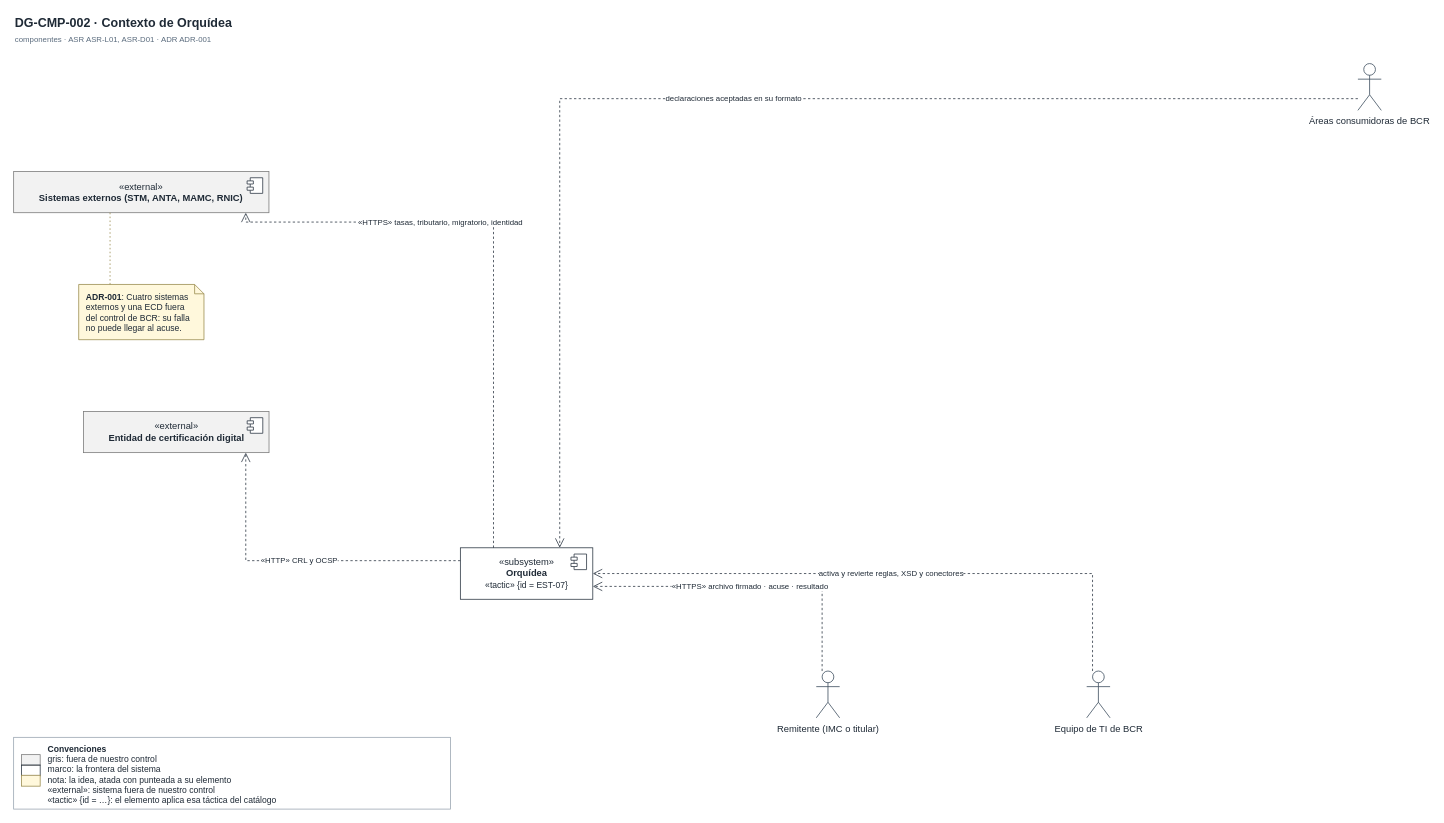
MATI-MBIT/arqsoft-reto-4 keeps this draw.io diagram as page "DG-CMP-002 · Contexto" (1 of 51) of docs/modelos/drawio/orquidea.drawio. Above is the earlier version. Source tidied: cells renumbered, new cells numbered last; positions are measured from the earlier drawing's top-left corner, leaving out a move shared by most shapes. Both pictures are drawn from the tidied source at 78%, with x=0, y=0 at pixel (13, 13).
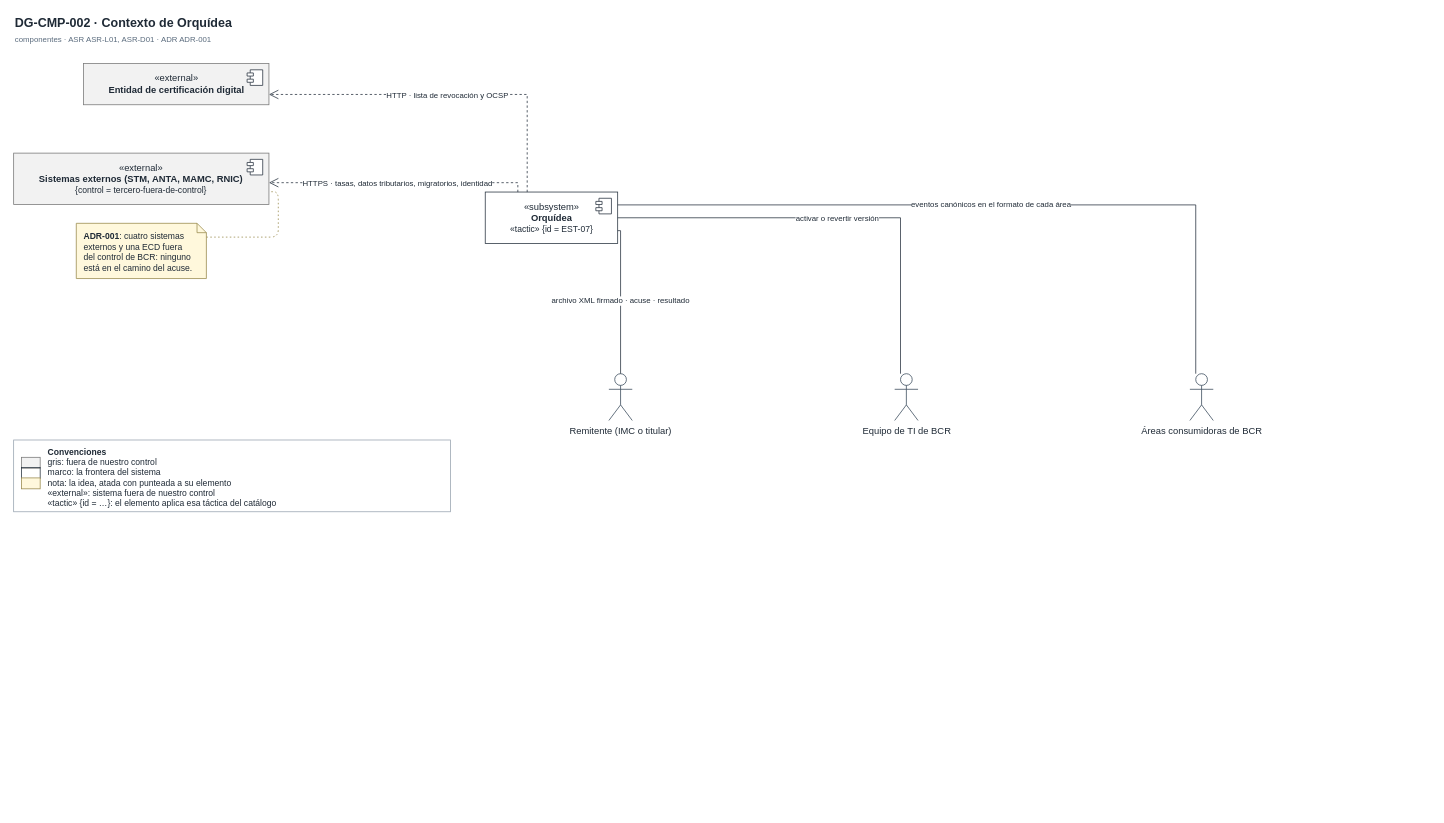
The same diagram, later.

Change to the diagram source:
```diff
@@
     <mxCell id="2" value="&lt;b&gt;DG-CMP-002&lt;/b&gt; · Contexto de Orquídea" style="text;html=1;align=left;verticalAlign=middle;fontSize=16;fontStyle=1;fontColor=#1F2A36;" parent="1" vertex="1">
-      <mxGeometry width="1753.4" height="24" as="geometry" />
+      <mxGeometry width="1538" height="24" as="geometry" />
     </mxCell>
     <mxCell id="3" value="componentes · ASR ASR-L01, ASR-D01 · ADR ADR-001" style="text;html=1;align=left;verticalAlign=middle;fontSize=10;fontColor=#5A6B7D;" parent="1" vertex="1">
-      <mxGeometry y="26" width="1753.4" height="14" as="geometry" />
+      <mxGeometry y="26" width="1538" height="14" as="geometry" />
     </mxCell>
     <mxCell id="4" value="Remitente (IMC o titular)" style="shape=umlActor;verticalLabelPosition=bottom;verticalAlign=top;html=1;fillColor=none;strokeColor=#3B4B5C;fila=T12;fontColor=#1F2A36;" parent="1" vertex="1">
-      <mxGeometry x="1029" y="842.8" width="30" height="60" as="geometry" />
+      <mxGeometry x="763.1" y="461.6" width="30" height="60" as="geometry" />
     </mxCell>
     <mxCell id="5" value="«subsystem»&lt;br&gt;&lt;b&gt;Orquídea&lt;/b&gt;&lt;br&gt;&lt;font style=&quot;font-size:11px&quot;&gt;«tactic» {id = EST-07}&lt;/font&gt;" style="html=1;whiteSpace=wrap;fontSize=12;verticalAlign=middle;estereotipo=subsystem;fillColor=none;strokeColor=#2B3642;fila=T9′;fontColor=#1F2A36;" parent="1" vertex="1">
-      <mxGeometry x="572.7" y="684.8" width="169.8" height="66" as="geometry" />
+      <mxGeometry x="604.6" y="228.7" width="169.8" height="66" as="geometry" />
     </mxCell>
@@
-    <mxCell id="7" value="«external»&lt;br&gt;&lt;b&gt;Sistemas externos (STM, ANTA, MAMC, RNIC)&lt;/b&gt;" style="html=1;whiteSpace=wrap;fontSize=12;verticalAlign=middle;estereotipo=external;fillColor=#F2F2F2;strokeColor=#7A7A7A;fila=T2;fontColor=#1F2A36;" parent="1" vertex="1">
-      <mxGeometry y="202.4" width="327.3" height="52.8" as="geometry" />
-    </mxCell>
+    <mxCell id="24" value="«external»&lt;br&gt;&lt;b&gt;Sistemas externos (STM, ANTA, MAMC, RNIC)&lt;/b&gt;&lt;br&gt;&lt;font style=&quot;font-size:11px&quot;&gt;{control = tercero-fuera-de-control}&lt;/font&gt;" style="html=1;whiteSpace=wrap;fontSize=12;verticalAlign=middle;estereotipo=external;fillColor=#F2F2F2;strokeColor=#7A7A7A;fila=T2;fontColor=#1F2A36;" parent="1" vertex="1">
+      <mxGeometry y="178.8" width="327.3" height="66" as="geometry" />
+    </mxCell>
-    <mxCell id="8" style="shape=module;jettyWidth=8;jettyHeight=4;fillColor=#FFFFFF;strokeColor=#2B3642;" parent="7" vertex="1">
+    <mxCell id="8" style="shape=module;jettyWidth=8;jettyHeight=4;fillColor=#FFFFFF;strokeColor=#2B3642;" parent="24" vertex="1">
       <mxGeometry x="299.3" y="8" width="20" height="20" as="geometry" />
     </mxCell>
     <mxCell id="9" value="«external»&lt;br&gt;&lt;b&gt;Entidad de certificación digital&lt;/b&gt;" style="html=1;whiteSpace=wrap;fontSize=12;verticalAlign=middle;estereotipo=external;fillColor=#F2F2F2;strokeColor=#7A7A7A;fila=T2;fontColor=#1F2A36;" parent="1" vertex="1">
-      <mxGeometry x="89.6" y="510" width="237.8" height="52.8" as="geometry" />
+      <mxGeometry x="89.5" y="64" width="237.8" height="52.8" as="geometry" />
     </mxCell>
@@
+    <mxCell id="12" value="Equipo de TI de BCR" style="shape=umlActor;verticalLabelPosition=bottom;verticalAlign=top;html=1;fillColor=none;strokeColor=#3B4B5C;fila=T12;fontColor=#1F2A36;" parent="1" vertex="1">
+      <mxGeometry x="1129.5" y="461.6" width="30" height="60" as="geometry" />
+    </mxCell>
     <mxCell id="11" value="Áreas consumidoras de BCR" style="shape=umlActor;verticalLabelPosition=bottom;verticalAlign=top;html=1;fillColor=none;strokeColor=#3B4B5C;fila=T12;fontColor=#1F2A36;" parent="1" vertex="1">
-      <mxGeometry x="1723.4" y="64" width="30" height="60" as="geometry" />
+      <mxGeometry x="1508" y="461.6" width="30" height="60" as="geometry" />
     </mxCell>
-    <mxCell id="12" value="Equipo de TI de BCR" style="shape=umlActor;verticalLabelPosition=bottom;verticalAlign=top;html=1;fillColor=none;strokeColor=#3B4B5C;fila=T12;fontColor=#1F2A36;" parent="1" vertex="1">
-      <mxGeometry x="1375.7" y="842.8" width="30" height="60" as="geometry" />
-    </mxCell>
-    <mxCell id="13" value="&lt;b&gt;ADR-001&lt;/b&gt;: Cuatro sistemas&lt;br&gt;externos y una ECD fuera&lt;br&gt;del control de BCR: su falla&lt;br&gt;no puede llegar al acuse." style="shape=note;html=1;size=12;fontSize=11;align=left;verticalAlign=top;spacingLeft=8;spacingRight=14;spacingTop=4;fillColor=#FFF8DC;strokeColor=#9A8B4F;fila=T8;fontColor=#1F2A36;" parent="1" vertex="1">
-      <mxGeometry x="83.4" y="347.2" width="160.6" height="70.8" as="geometry" />
+    <mxCell id="13" value="&lt;b&gt;ADR-001&lt;/b&gt;: cuatro sistemas&lt;br&gt;externos y una ECD fuera&lt;br&gt;del control de BCR: ninguno&lt;br&gt;está en el camino del acuse." style="shape=note;html=1;size=12;fontSize=11;align=left;verticalAlign=top;spacingLeft=8;spacingRight=14;spacingTop=4;fillColor=#FFF8DC;strokeColor=#9A8B4F;fila=T8;fontColor=#1F2A36;" parent="1" vertex="1">
+      <mxGeometry x="80.3" y="268.8" width="166.8" height="70.8" as="geometry" />
     </mxCell>
-    <mxCell id="14" value="«HTTPS» archivo firmado · acuse · resultado" style="endArrow=open;endSize=10;dashed=1;html=1;rounded=0;fontSize=10;labelBackgroundColor=#FFFFFF;strokeColor=#2B3642;fontColor=#1F2A36;rel=dependencia;" parent="1" edge="1" source="4" target="5">
+    <mxCell id="14" value="archivo XML firmado · acuse · resultado" style="endArrow=none;html=1;rounded=0;fontSize=10;labelBackgroundColor=#FFFFFF;strokeColor=#2B3642;fontColor=#1F2A36;rel=conector;" parent="1" edge="1" source="4" target="5">
       <mxGeometry relative="1" as="geometry">
         <Array as="points">
-          <mxPoint x="1036.5" y="842.8" />
-          <mxPoint x="1036.5" y="734.3" />
-          <mxPoint x="742.5" y="734.3" />
+          <mxPoint x="778.1" y="461.6" />
+          <mxPoint x="778.1" y="278.2" />
+          <mxPoint x="774.4" y="278.2" />
         </Array>
       </mxGeometry>
     </mxCell>
-    <mxCell id="15" value="«HTTPS» tasas, tributario, migratorio, identidad" style="endArrow=open;endSize=10;dashed=1;html=1;rounded=0;fontSize=10;labelBackgroundColor=#FFFFFF;strokeColor=#2B3642;fontColor=#1F2A36;rel=dependencia;" parent="1" edge="1" source="5" target="7">
+    <mxCell id="15" value="activar o revertir versión" style="endArrow=none;html=1;rounded=0;fontSize=10;labelBackgroundColor=#FFFFFF;strokeColor=#2B3642;fontColor=#1F2A36;rel=conector;" parent="1" edge="1" source="12" target="5">
       <mxGeometry relative="1" as="geometry">
         <Array as="points">
-          <mxPoint x="615.2" y="684.8" />
-          <mxPoint x="615.2" y="267.2" />
-          <mxPoint x="297.6" y="267.2" />
-          <mxPoint x="297.6" y="255.2" />
+          <mxPoint x="1137" y="461.6" />
+          <mxPoint x="1137" y="261.7" />
+          <mxPoint x="774.4" y="261.7" />
         </Array>
-        <mxPoint x="-68.1" y="-44" as="offset" />
       </mxGeometry>
     </mxCell>
-    <mxCell id="16" value="«HTTP» CRL y OCSP" style="endArrow=open;endSize=10;dashed=1;html=1;rounded=0;fontSize=10;labelBackgroundColor=#FFFFFF;strokeColor=#2B3642;fontColor=#1F2A36;flujo=inverso;rel=dependencia;" parent="1" edge="1" source="5" target="9">
+    <mxCell id="16" value="HTTPS · tasas, datos tributarios, migratorios, identidad" style="endArrow=open;endSize=10;dashed=1;html=1;rounded=0;fontSize=10;labelBackgroundColor=#FFFFFF;strokeColor=#2B3642;fontColor=#1F2A36;flujo=inverso;rel=dependencia;" parent="1" edge="1" source="5" target="24">
       <mxGeometry relative="1" as="geometry">
         <Array as="points">
-          <mxPoint x="572.7" y="701.3" />
-          <mxPoint x="297.6" y="701.3" />
-          <mxPoint x="297.6" y="562.8" />
+          <mxPoint x="646.4" y="228.7" />
+          <mxPoint x="646.4" y="216.7" />
+          <mxPoint x="327.3" y="216.7" />
         </Array>
       </mxGeometry>
     </mxCell>
-    <mxCell id="17" value="declaraciones aceptadas en su formato" style="endArrow=open;endSize=10;dashed=1;html=1;rounded=0;fontSize=10;labelBackgroundColor=#FFFFFF;strokeColor=#2B3642;fontColor=#1F2A36;flujo=inverso;rel=dependencia;" parent="1" edge="1" source="11" target="5">
+    <mxCell id="17" value="HTTP · lista de revocación y OCSP" style="endArrow=open;endSize=10;dashed=1;html=1;rounded=0;fontSize=10;labelBackgroundColor=#FFFFFF;strokeColor=#2B3642;fontColor=#1F2A36;flujo=inverso;rel=dependencia;" parent="1" edge="1" source="5" target="9">
       <mxGeometry relative="1" as="geometry">
         <Array as="points">
-          <mxPoint x="1723.4" y="109" />
-          <mxPoint x="700.1" y="109" />
-          <mxPoint x="700.1" y="684.8" />
+          <mxPoint x="658.4" y="228.7" />
+          <mxPoint x="658.4" y="103.6" />
+          <mxPoint x="327.3" y="103.6" />
         </Array>
       </mxGeometry>
     </mxCell>
-    <mxCell id="18" value="activa y revierte reglas, XSD y conectores" style="endArrow=open;endSize=10;dashed=1;html=1;rounded=0;fontSize=10;labelBackgroundColor=#FFFFFF;strokeColor=#2B3642;fontColor=#1F2A36;rel=dependencia;" parent="1" edge="1" source="12" target="5">
+    <mxCell id="18" value="eventos canónicos en el formato de cada área" style="endArrow=none;html=1;rounded=0;fontSize=10;labelBackgroundColor=#FFFFFF;strokeColor=#2B3642;fontColor=#1F2A36;rel=conector;" parent="1" edge="1" source="5" target="11">
       <mxGeometry relative="1" as="geometry">
         <Array as="points">
-          <mxPoint x="1383.2" y="842.8" />
-          <mxPoint x="1383.2" y="717.8" />
-          <mxPoint x="742.5" y="717.8" />
+          <mxPoint x="774.4" y="245.2" />
+          <mxPoint x="1515.5" y="245.2" />
+          <mxPoint x="1515.5" y="461.6" />
         </Array>
       </mxGeometry>
     </mxCell>
-    <mxCell id="19" style="endArrow=none;dashed=1;html=1;strokeColor=#9A8B4F;dashPattern=2 3;" parent="1" edge="1" source="13" target="7">
+    <mxCell id="19" style="endArrow=none;dashed=1;html=1;strokeColor=#9A8B4F;dashPattern=2 3;" parent="1" edge="1" source="13" target="24">
       <mxGeometry relative="1" as="geometry">
         <Array as="points">
-          <mxPoint x="123.6" y="347.2" />
-          <mxPoint x="123.6" y="255.2" />
+          <mxPoint x="247.1" y="286.5" />
+          <mxPoint x="339.3" y="286.5" />
+          <mxPoint x="339.3" y="228.3" />
+          <mxPoint x="327.3" y="228.3" />
         </Array>
       </mxGeometry>
     </mxCell>
     <mxCell id="20" value="&lt;b&gt;Convenciones&lt;/b&gt;&lt;br&gt;gris: fuera de nuestro control&lt;br&gt;marco: la frontera del sistema&lt;br&gt;nota: la idea, atada con punteada a su elemento&lt;br&gt;«external»: sistema fuera de nuestro control&lt;br&gt;«tactic» {id = …}: el elemento aplica esa táctica del catálogo" style="text;rounded=0;whiteSpace=wrap;html=1;fillColor=#FFFFFF;strokeColor=#9AA5B1;align=left;verticalAlign=top;spacingLeft=42;spacingTop=2;fontFamily=Helvetica;fontSize=11;fontColor=#1F2A36;" parent="1" vertex="1">
-      <mxGeometry y="927.8" width="560" height="92" as="geometry" />
+      <mxGeometry y="546.6" width="560" height="92" as="geometry" />
     </mxCell>
```
